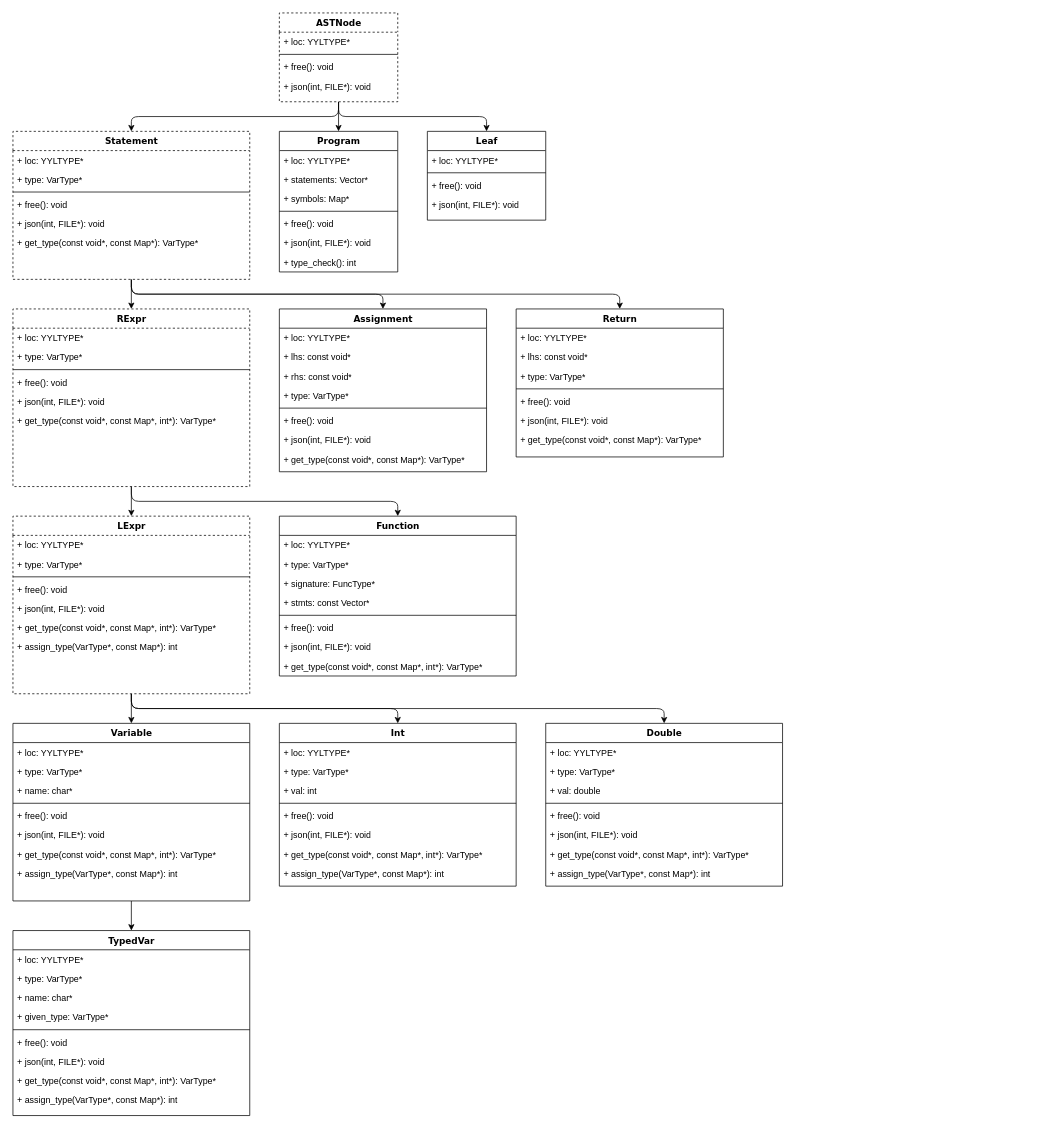
Before: doc/ASTHierarchy.drawio in taylor-santos/Tlang, a draw.io diagram. Source tidied: cells renumbered, new cells numbered last; positions are measured from the earlier drawing's top-left corner, leaving out a move shared by most shapes. Both pictures are drawn from the tidied source at 74%, with x=0, y=0 at pixel (13, 13).
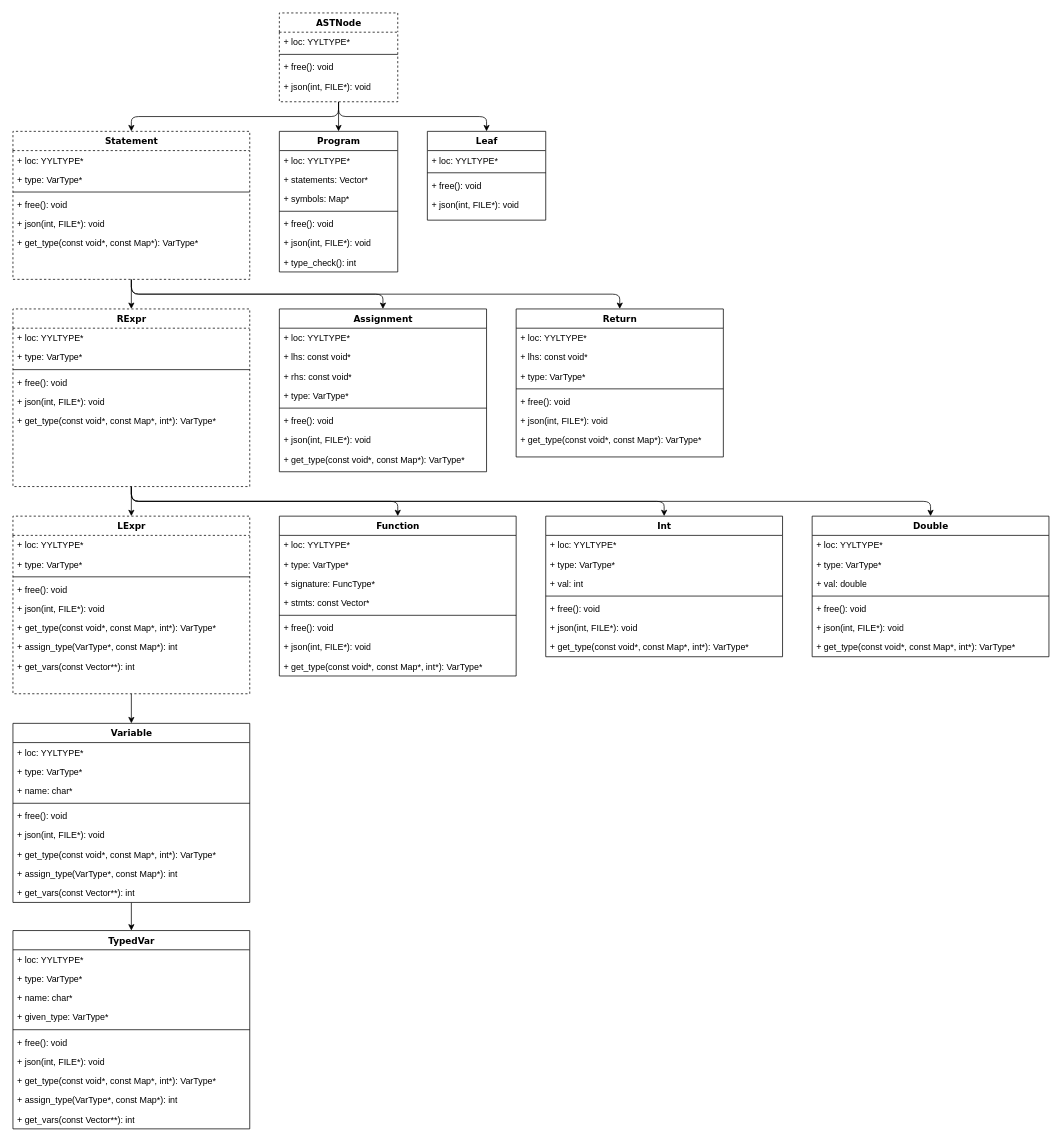
After the change.

The change refers to these unchanged cells:
```xml
<mxCell id="44" value="RExpr" style="swimlane;html=1;fontStyle=1;align=center;verticalAlign=top;horizontal=1;startSize=26;swimlaneFillColor=#ffffff;rounded=0;shadow=0;comic=0;labelBackgroundColor=none;strokeColor=#000000;strokeWidth=1;fillColor=none;fontFamily=Verdana;fontSize=12;fontColor=#000000;dashed=1;" parent="1" vertex="1">
  <mxGeometry y="400" width="320" height="240" as="geometry" />
</mxCell>
<mxCell id="54" value="LExpr" style="swimlane;html=1;fontStyle=1;align=center;verticalAlign=top;horizontal=1;startSize=26;swimlaneFillColor=#ffffff;rounded=0;shadow=0;comic=0;labelBackgroundColor=none;strokeColor=#000000;strokeWidth=1;fillColor=none;fontFamily=Verdana;fontSize=12;fontColor=#000000;dashed=1;" parent="1" vertex="1">
  <mxGeometry y="680" width="320" height="240" as="geometry" />
</mxCell>
```

The edit, as a diff of the source:
```diff
@@
+    <mxCell id="117" style="edgeStyle=orthogonalEdgeStyle;rounded=1;jettySize=auto;html=1;exitX=0.5;exitY=1;exitDx=0;exitDy=0;" parent="1" edge="1" source="44" target="82">
+      <mxGeometry relative="1" as="geometry" />
+    </mxCell>
+    <mxCell id="118" style="edgeStyle=orthogonalEdgeStyle;rounded=1;jettySize=auto;html=1;exitX=0.5;exitY=1;exitDx=0;exitDy=0;entryX=0.5;entryY=0;entryDx=0;entryDy=0;" parent="1" edge="1" source="44" target="91">
+      <mxGeometry relative="1" as="geometry" />
+    </mxCell>
@@
-    <mxCell id="52" style="edgeStyle=orthogonalEdgeStyle;rounded=1;jettySize=auto;html=1;exitX=0.5;exitY=1;exitDx=0;exitDy=0;" parent="1" edge="1" source="54" target="82">
-      <mxGeometry relative="1" as="geometry" />
-    </mxCell>
-    <mxCell id="53" style="edgeStyle=orthogonalEdgeStyle;rounded=1;jettySize=auto;html=1;exitX=0.5;exitY=1;exitDx=0;exitDy=0;" parent="1" edge="1" source="54" target="91">
-      <mxGeometry relative="1" as="geometry" />
-    </mxCell>
@@
+    <mxCell id="119" value="+ get_vars(const Vector**): int&lt;br&gt;" style="text;html=1;strokeColor=none;fillColor=none;align=left;verticalAlign=top;spacingLeft=4;spacingRight=4;whiteSpace=wrap;overflow=hidden;" parent="54" vertex="1">
+      <mxGeometry y="190" width="320" height="26" as="geometry" />
+    </mxCell>
@@
     <mxCell id="63" value="Variable" style="swimlane;html=1;fontStyle=1;align=center;verticalAlign=top;horizontal=1;startSize=26;swimlaneFillColor=#ffffff;rounded=0;shadow=0;comic=0;labelBackgroundColor=none;strokeColor=#000000;strokeWidth=1;fillColor=none;fontFamily=Verdana;fontSize=12;fontColor=#000000;" parent="1" vertex="1">
-      <mxGeometry y="960" width="320" height="240" as="geometry" />
+      <mxGeometry y="960" width="320" height="242" as="geometry" />
     </mxCell>
@@
+    <mxCell id="120" value="+ get_vars(const Vector**): int&lt;br&gt;" style="text;html=1;strokeColor=none;fillColor=none;align=left;verticalAlign=top;spacingLeft=4;spacingRight=4;whiteSpace=wrap;overflow=hidden;" parent="63" vertex="1">
+      <mxGeometry y="216" width="320" height="26" as="geometry" />
+    </mxCell>
     <mxCell id="72" value="TypedVar&lt;br&gt;" style="swimlane;html=1;fontStyle=1;align=center;verticalAlign=top;horizontal=1;startSize=26;swimlaneFillColor=#ffffff;rounded=0;shadow=0;comic=0;labelBackgroundColor=none;strokeColor=#000000;strokeWidth=1;fillColor=none;fontFamily=Verdana;fontSize=12;fontColor=#000000;" parent="1" vertex="1">
-      <mxGeometry y="1240" width="320" height="250" as="geometry" />
+      <mxGeometry y="1240" width="320" height="268" as="geometry" />
     </mxCell>
@@
+    <mxCell id="121" value="+ get_vars(const Vector**): int&lt;br&gt;" style="text;html=1;strokeColor=none;fillColor=none;align=left;verticalAlign=top;spacingLeft=4;spacingRight=4;whiteSpace=wrap;overflow=hidden;" parent="72" vertex="1">
+      <mxGeometry y="242" width="320" height="26" as="geometry" />
+    </mxCell>
     <mxCell id="82" value="Int" style="swimlane;html=1;fontStyle=1;align=center;verticalAlign=top;horizontal=1;startSize=26;swimlaneFillColor=#ffffff;rounded=0;shadow=0;comic=0;labelBackgroundColor=none;strokeColor=#000000;strokeWidth=1;fillColor=none;fontFamily=Verdana;fontSize=12;fontColor=#000000;" parent="1" vertex="1">
-      <mxGeometry x="360" y="960" width="320" height="220" as="geometry" />
+      <mxGeometry x="720" y="680" width="320" height="190" as="geometry" />
     </mxCell>
@@
-    <mxCell id="90" value="+ assign_type(VarType*, const Map*): int&lt;br&gt;" style="text;html=1;strokeColor=none;fillColor=none;align=left;verticalAlign=top;spacingLeft=4;spacingRight=4;whiteSpace=wrap;overflow=hidden;" parent="82" vertex="1">
-      <mxGeometry y="190" width="320" height="26" as="geometry" />
-    </mxCell>
     <mxCell id="91" value="Double&lt;br&gt;" style="swimlane;html=1;fontStyle=1;align=center;verticalAlign=top;horizontal=1;startSize=26;swimlaneFillColor=#ffffff;rounded=0;shadow=0;comic=0;labelBackgroundColor=none;strokeColor=#000000;strokeWidth=1;fillColor=none;fontFamily=Verdana;fontSize=12;fontColor=#000000;" parent="1" vertex="1">
-      <mxGeometry x="720" y="960" width="320" height="220" as="geometry" />
+      <mxGeometry x="1080" y="680" width="320" height="190" as="geometry" />
     </mxCell>
@@
-    <mxCell id="99" value="+ assign_type(VarType*, const Map*): int&lt;br&gt;" style="text;html=1;strokeColor=none;fillColor=none;align=left;verticalAlign=top;spacingLeft=4;spacingRight=4;whiteSpace=wrap;overflow=hidden;" parent="91" vertex="1">
-      <mxGeometry y="190" width="320" height="26" as="geometry" />
-    </mxCell>
```
